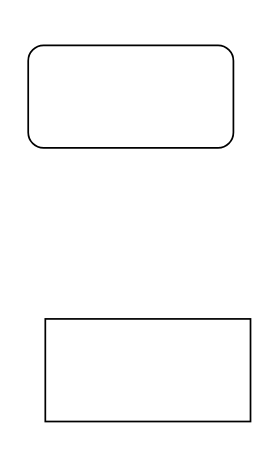
This is Untitled Diagram.drawio from zhangkun6/draw-diagram, a draw.io file, before an edit. Source tidied: cells renumbered, new cells numbered last; positions are measured from the earlier drawing's top-left corner, leaving out a move shared by most shapes. Both pictures are drawn from the tidied source at 171%, with x=0, y=0 at pixel (27, 44).
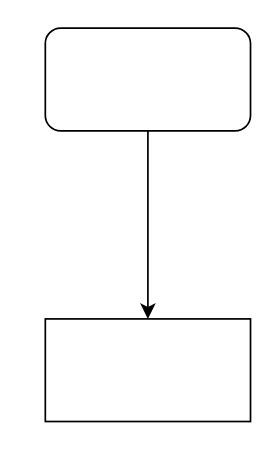
After the change.

Change to the diagram source:
```diff
@@
 <mxGraphModel>
   <root>
     <mxCell id="0" />
     <mxCell id="1" parent="0" />
+    <mxCell id="4" style="edgeStyle=orthogonalEdgeStyle;rounded=0;jettySize=auto;html=1;entryX=0.5;entryY=0;entryDx=0;entryDy=0;" parent="1" edge="1" source="2" target="3">
+      <mxGeometry relative="1" as="geometry" />
+    </mxCell>
     <mxCell id="2" style="rounded=1;whiteSpace=wrap;html=1;" parent="1" vertex="1">
-      <mxGeometry width="120" height="60" as="geometry" />
+      <mxGeometry x="10" y="-10" width="120" height="60" as="geometry" />
     </mxCell>
     <mxCell id="3" style="rounded=0;whiteSpace=wrap;html=1;" parent="1" vertex="1">
       <mxGeometry x="10" y="160" width="120" height="60" as="geometry" />
     </mxCell>
   </root>
 </mxGraphModel>
```
